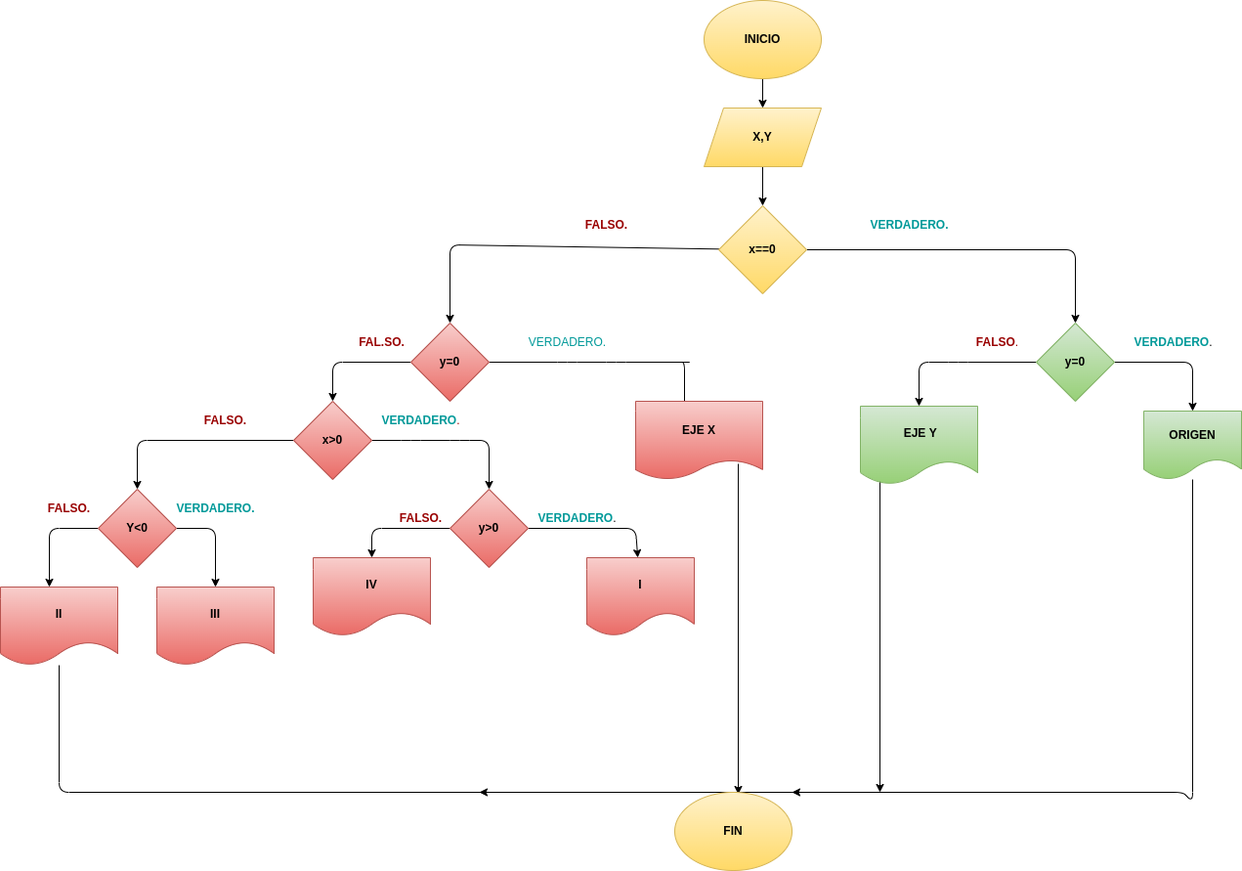
Before: Ejercicio_1/diagrama.png, a diagram exported from draw.io (axlynaylyngarcia/Ejercicios_condicionales-). Source tidied: cells renumbered, new cells last; positions are measured from the earlier drawing's top-left corner, leaving out a move shared by most shapes.
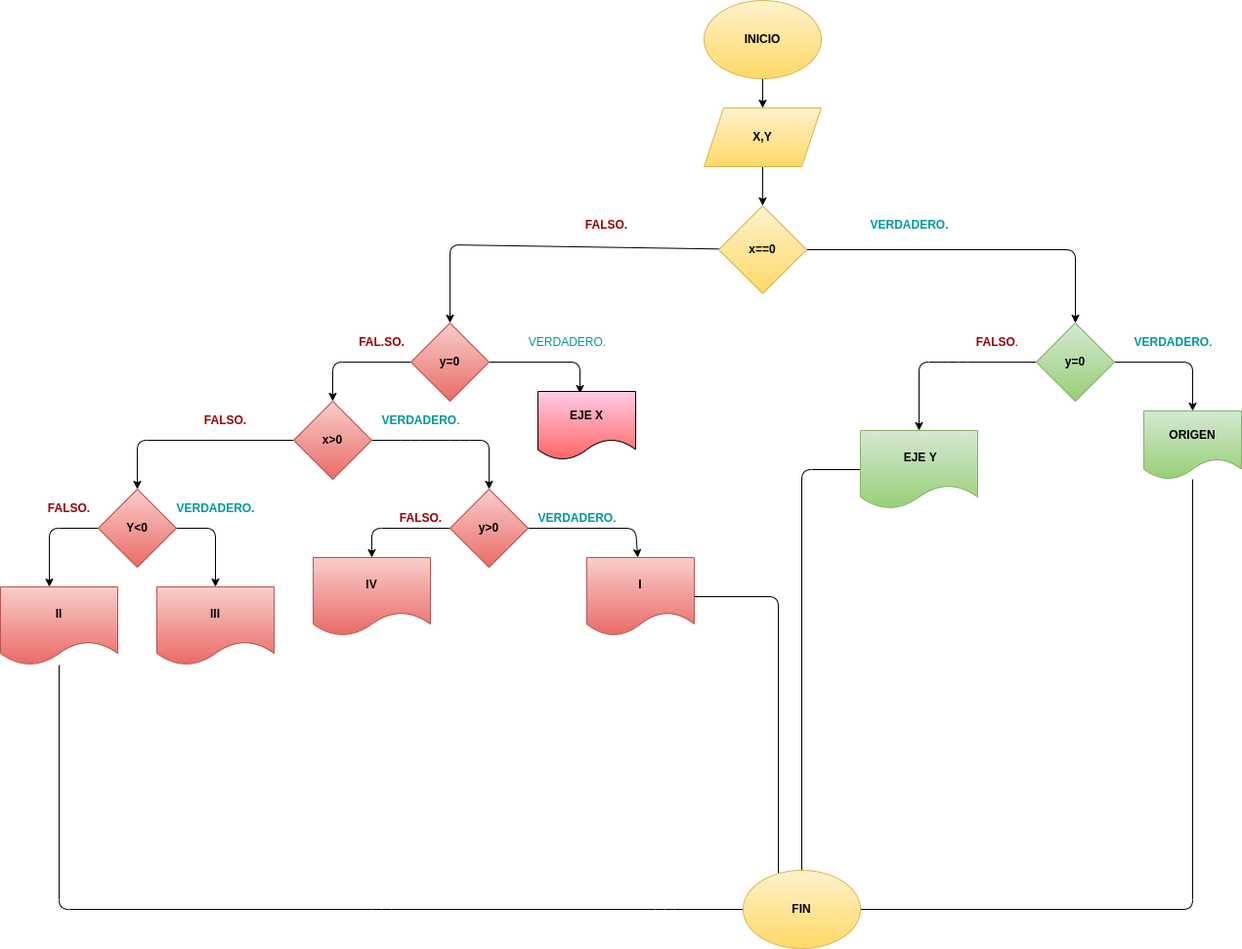
Later version of the same file.

The edit, as a diff of the source:
```diff
@@ -49,18 +49,6 @@
     <mxCell id="11" value="&lt;font color=&quot;#000000&quot;&gt;&lt;b&gt;y=0&lt;/b&gt;&lt;/font&gt;" style="rhombus;whiteSpace=wrap;html=1;fillColor=#d5e8d4;strokeColor=#82b366;gradientColor=#97d077;" parent="1" vertex="1">
       <mxGeometry x="1060" y="330" width="80" height="80" as="geometry" />
     </mxCell>
-    <mxCell id="12" style="edgeStyle=none;html=1;fontColor=#000000;" parent="1" edge="1" source="14">
-      <mxGeometry relative="1" as="geometry">
-        <mxPoint x="700" y="430" as="targetPoint" />
-        <Array as="points">
-          <mxPoint x="580" y="370" />
-          <mxPoint x="630" y="370" />
-          <mxPoint x="710" y="370" />
-          <mxPoint x="690" y="370" />
-          <mxPoint x="700" y="370" />
-        </Array>
-      </mxGeometry>
-    </mxCell>
     <mxCell id="13" style="edgeStyle=none;html=1;fontColor=#000000;" parent="1" edge="1" source="14" target="23">
       <mxGeometry relative="1" as="geometry">
         <Array as="points">
@@ -68,37 +56,36 @@
         </Array>
       </mxGeometry>
     </mxCell>
+    <mxCell id="48" style="edgeStyle=none;html=1;entryX=0.43;entryY=0.029;entryDx=0;entryDy=0;entryPerimeter=0;" parent="1" edge="1" source="14" target="20">
+      <mxGeometry relative="1" as="geometry">
+        <Array as="points">
+          <mxPoint x="593" y="370" />
+        </Array>
+      </mxGeometry>
+    </mxCell>
     <mxCell id="14" value="&lt;b&gt;&lt;font color=&quot;#000000&quot;&gt;y=0&lt;/font&gt;&lt;/b&gt;" style="rhombus;whiteSpace=wrap;html=1;fillColor=#f8cecc;strokeColor=#b85450;gradientColor=#ea6b66;" parent="1" vertex="1">
       <mxGeometry x="420" y="330" width="80" height="80" as="geometry" />
     </mxCell>
-    <mxCell id="15" style="edgeStyle=none;html=1;fontColor=#990000;" parent="1" edge="1" source="16">
-      <mxGeometry relative="1" as="geometry">
-        <mxPoint x="810" y="810" as="targetPoint" />
-        <Array as="points">
-          <mxPoint x="1220" y="820" />
-          <mxPoint x="1210" y="810" />
-        </Array>
-      </mxGeometry>
-    </mxCell>
+    <mxCell id="49" style="edgeStyle=none;html=1;fontColor=#000000;endArrow=none;endFill=0;entryX=1;entryY=0.5;entryDx=0;entryDy=0;" parent="1" edge="1" source="16" target="47">
+      <mxGeometry relative="1" as="geometry">
+        <Array as="points">
+          <mxPoint x="1220" y="930" />
+        </Array>
+      </mxGeometry>
+    </mxCell>
     <mxCell id="16" value="&lt;b&gt;&lt;font color=&quot;#000000&quot;&gt;ORIGEN&lt;/font&gt;&lt;/b&gt;" style="shape=document;whiteSpace=wrap;html=1;boundedLbl=1;fillColor=#d5e8d4;strokeColor=#82b366;gradientColor=#97d077;" parent="1" vertex="1">
       <mxGeometry x="1170" y="420" width="100" height="70" as="geometry" />
     </mxCell>
-    <mxCell id="17" style="edgeStyle=none;html=1;fontColor=#990000;exitX=0.167;exitY=0.813;exitDx=0;exitDy=0;exitPerimeter=0;" parent="1" edge="1" source="18">
-      <mxGeometry relative="1" as="geometry">
-        <mxPoint x="900" y="810" as="targetPoint" />
-      </mxGeometry>
-    </mxCell>
+    <mxCell id="50" style="edgeStyle=none;html=1;fontColor=#000000;endArrow=none;endFill=0;" parent="1" edge="1" source="18" target="47">
+      <mxGeometry relative="1" as="geometry">
+        <Array as="points">
+          <mxPoint x="820" y="480" />
+        </Array>
+      </mxGeometry>
+    </mxCell>
     <mxCell id="18" value="&lt;font color=&quot;#000000&quot;&gt;&lt;b&gt;&amp;nbsp;EJE Y&lt;/b&gt;&lt;/font&gt;" style="shape=document;whiteSpace=wrap;html=1;boundedLbl=1;fillColor=#d5e8d4;strokeColor=#82b366;gradientColor=#97d077;" parent="1" vertex="1">
-      <mxGeometry x="880" y="415" width="120" height="80" as="geometry" />
+      <mxGeometry x="880" y="440" width="120" height="80" as="geometry" />
     </mxCell>
-    <mxCell id="19" style="edgeStyle=none;html=1;fontColor=#990000;exitX=0.808;exitY=0.8;exitDx=0;exitDy=0;exitPerimeter=0;" parent="1" edge="1" source="20">
-      <mxGeometry relative="1" as="geometry">
-        <mxPoint x="755" y="812" as="targetPoint" />
-      </mxGeometry>
-    </mxCell>
-    <mxCell id="20" value="&lt;b&gt;&lt;font color=&quot;#000000&quot;&gt;EJE X&lt;/font&gt;&lt;/b&gt;" style="shape=document;whiteSpace=wrap;html=1;boundedLbl=1;fillColor=#f8cecc;strokeColor=#b85450;gradientColor=#ea6b66;size=0.25;" parent="1" vertex="1">
-      <mxGeometry x="650" y="410" width="130" height="80" as="geometry" />
-    </mxCell>
     <mxCell id="21" style="edgeStyle=none;html=1;fontColor=#000000;" parent="1" edge="1" source="23" target="26">
       <mxGeometry relative="1" as="geometry">
         <Array as="points">
@@ -135,6 +122,13 @@
     <mxCell id="26" value="&lt;b&gt;&lt;font color=&quot;#000000&quot;&gt;y&amp;gt;0&lt;/font&gt;&lt;/b&gt;" style="rhombus;whiteSpace=wrap;html=1;fillColor=#f8cecc;strokeColor=#b85450;gradientColor=#ea6b66;" parent="1" vertex="1">
       <mxGeometry x="460" y="500" width="80" height="80" as="geometry" />
     </mxCell>
+    <mxCell id="51" style="edgeStyle=none;html=1;entryX=0.3;entryY=0.063;entryDx=0;entryDy=0;entryPerimeter=0;fontColor=#000000;endArrow=none;endFill=0;" parent="1" edge="1" source="27" target="47">
+      <mxGeometry relative="1" as="geometry">
+        <Array as="points">
+          <mxPoint x="796" y="610" />
+        </Array>
+      </mxGeometry>
+    </mxCell>
     <mxCell id="27" value="&lt;b&gt;&lt;font color=&quot;#000000&quot;&gt;I&lt;/font&gt;&lt;/b&gt;" style="shape=document;whiteSpace=wrap;html=1;boundedLbl=1;fillColor=#f8cecc;strokeColor=#b85450;gradientColor=#ea6b66;" parent="1" vertex="1">
       <mxGeometry x="600" y="570" width="110" height="80" as="geometry" />
     </mxCell>
@@ -183,15 +177,15 @@
     <mxCell id="39" value="&lt;font color=&quot;#009999&quot;&gt;&lt;b&gt;VERDADERO.&lt;/b&gt;&lt;/font&gt;" style="text;html=1;align=center;verticalAlign=middle;strokeColor=none;fillColor=none;fontColor=#990000;" parent="1" vertex="1">
       <mxGeometry x="170" y="510" width="100" height="20" as="geometry" />
     </mxCell>
-    <mxCell id="40" style="edgeStyle=none;html=1;fontColor=#990000;" parent="1" edge="1" source="41">
-      <mxGeometry relative="1" as="geometry">
-        <mxPoint x="490" y="810" as="targetPoint" />
-        <Array as="points">
-          <mxPoint x="60" y="810" />
-          <mxPoint x="820" y="810" />
-        </Array>
-      </mxGeometry>
-    </mxCell>
+    <mxCell id="52" style="edgeStyle=none;html=1;fontColor=#000000;endArrow=none;endFill=0;entryX=0;entryY=0.5;entryDx=0;entryDy=0;" parent="1" edge="1" source="41" target="47">
+      <mxGeometry relative="1" as="geometry">
+        <Array as="points">
+          <mxPoint x="60" y="930" />
+          <mxPoint x="390" y="930" />
+          <mxPoint x="680" y="930" />
+        </Array>
+      </mxGeometry>
+    </mxCell>
     <mxCell id="41" value="&lt;div style=&quot;text-align: left&quot;&gt;&lt;b&gt;&lt;font color=&quot;#000000&quot;&gt;II&lt;/font&gt;&lt;/b&gt;&lt;/div&gt;" style="shape=document;whiteSpace=wrap;html=1;boundedLbl=1;fillColor=#f8cecc;strokeColor=#b85450;gradientColor=#ea6b66;" parent="1" vertex="1">
       <mxGeometry y="600" width="120" height="80" as="geometry" />
     </mxCell>
@@ -210,8 +204,11 @@
     <mxCell id="46" value="&lt;font color=&quot;#990000&quot;&gt;&lt;b&gt;FALSO&lt;/b&gt;.&lt;/font&gt;" style="text;html=1;align=center;verticalAlign=middle;strokeColor=none;fillColor=none;fontColor=#009999;" parent="1" vertex="1">
       <mxGeometry x="990" y="340" width="60" height="20" as="geometry" />
     </mxCell>
+    <mxCell id="20" value="&lt;b&gt;&lt;font color=&quot;#000000&quot;&gt;EJE X&lt;/font&gt;&lt;/b&gt;" style="shape=document;whiteSpace=wrap;html=1;boundedLbl=1;fillColor=#FFCCE6;gradientColor=#FF6666;" parent="1" vertex="1">
+      <mxGeometry x="550" y="400" width="100" height="70" as="geometry" />
+    </mxCell>
-    <mxCell id="47" value="&lt;b&gt;&lt;font color=&quot;#000000&quot;&gt;FIN&lt;/font&gt;&lt;/b&gt;" style="ellipse;whiteSpace=wrap;html=1;fillColor=#fff2cc;gradientColor=#ffd966;strokeColor=#d6b656;" parent="1" vertex="1">
-      <mxGeometry x="690" y="810" width="120" height="80" as="geometry" />
+    <mxCell id="47" value="&lt;b&gt;&lt;font color=&quot;#000000&quot;&gt;FIN&lt;/font&gt;&lt;/b&gt;" style="ellipse;whiteSpace=wrap;html=1;fillColor=#fff2cc;strokeColor=#d6b656;gradientColor=#ffd966;" parent="1" vertex="1">
+      <mxGeometry x="760" y="890" width="120" height="80" as="geometry" />
     </mxCell>
   </root>
 </mxGraphModel>
```
